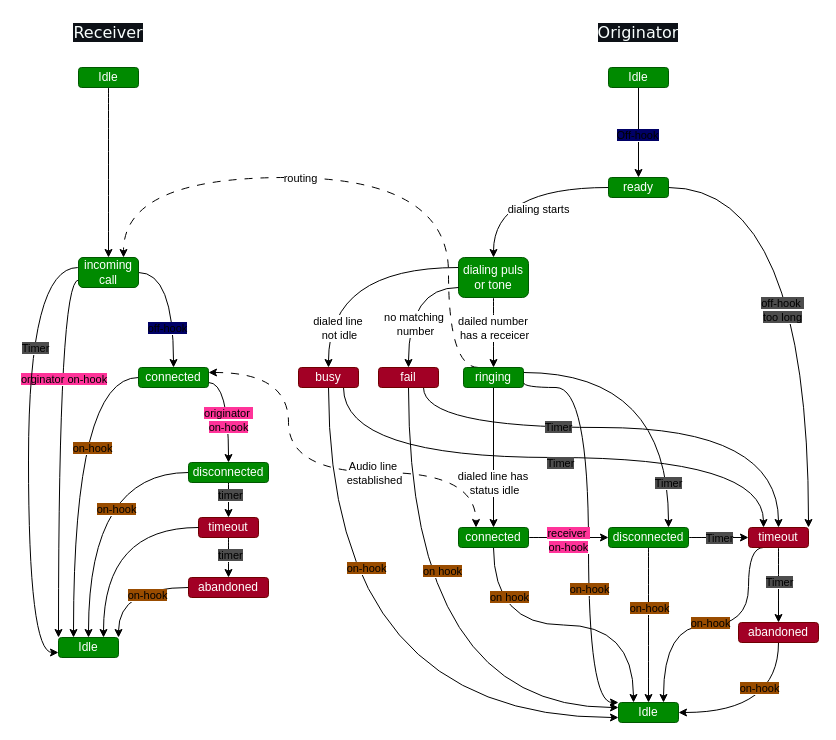
Before: docs/PhoneStatusflowshart.drawio in ondfrukt/ProofOfConcept, a draw.io diagram. Source tidied: cells renumbered, new cells numbered last; positions are measured from the earlier drawing's top-left corner, leaving out a move shared by most shapes. Both pictures are drawn from the tidied source at 100%, with x=0, y=0 at pixel (28, 17).
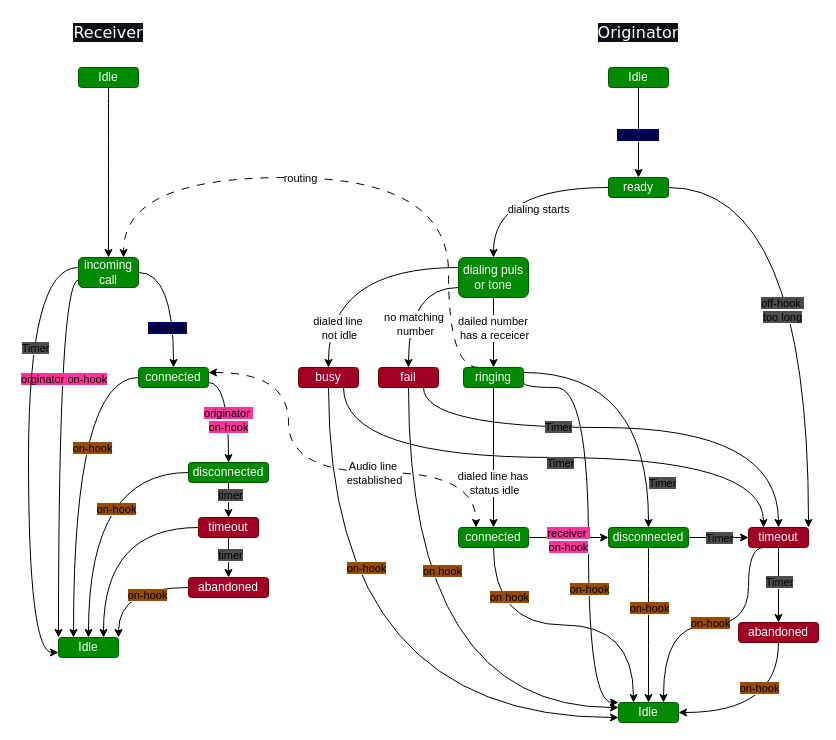
Above is the later version.

Unchanged cells that the change refers to:
```xml
<mxCell id="37" value="ringing" style="rounded=1;whiteSpace=wrap;html=1;fillColor=#008a00;strokeColor=#005700;fontColor=#ffffff;" parent="1" vertex="1">
  <mxGeometry x="435" y="350" width="60" height="20" as="geometry" />
</mxCell>
<mxCell id="49" value="disconnected" style="rounded=1;whiteSpace=wrap;html=1;fillColor=#008a00;strokeColor=#005700;fontColor=#ffffff;" parent="1" vertex="1">
  <mxGeometry x="580" y="510" width="80" height="20" as="geometry" />
</mxCell>
```

Diff of the diagram source:
```diff
@@
-    <mxCell id="35" style="edgeStyle=orthogonalEdgeStyle;html=1;exitX=1;exitY=0.25;exitDx=0;exitDy=0;entryX=0.75;entryY=0;entryDx=0;entryDy=0;curved=1;" parent="1" edge="1" source="37" target="49">
+    <mxCell id="35" style="edgeStyle=orthogonalEdgeStyle;html=1;exitX=1;exitY=0.25;exitDx=0;exitDy=0;entryX=0.5;entryY=0;entryDx=0;entryDy=0;curved=1;" parent="1" edge="1" source="37" target="49">
       <mxGeometry relative="1" as="geometry" />
     </mxCell>
```
